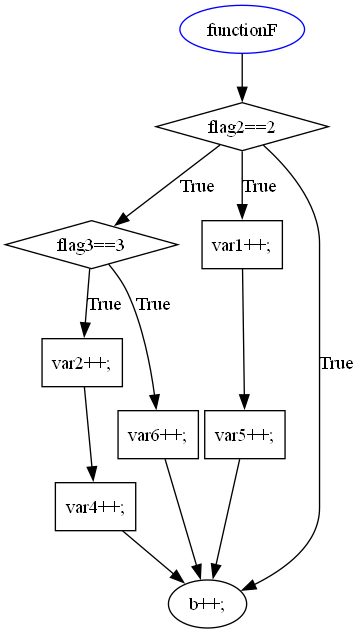
The Graphviz diagram image/flowchart_image/functionF.png in hyu7000/GenFlowChart, before a commit. Its source is kept beside it as image/flowchart_image/functionF.dot.
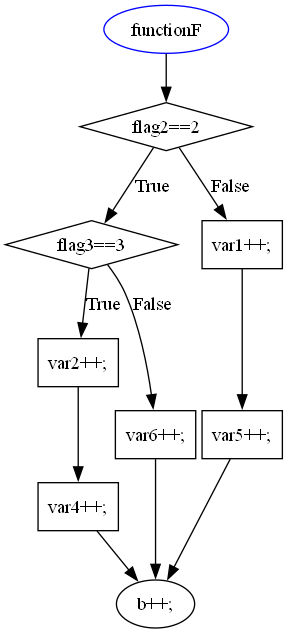
Above is the later version.

Diff of the diagram source:
```diff
@@ -10,13 +10,12 @@
 "var4++;__0" [label="var4++;", shape=rectangle];
 "var2++;__0" -> "var4++;__0"  [label=""];
 "var6++;__0" [label="var6++;", shape=rectangle];
-"flag3==3__0" -> "var6++;__0"  [label=True];
+"flag3==3__0" -> "var6++;__0"  [label=False];
 "var1++;__0" [label="var1++;", shape=rectangle];
-"flag2==2__0" -> "var1++;__0"  [label=True];
+"flag2==2__0" -> "var1++;__0"  [label=False];
 "var5++;__0" [label="var5++;", shape=rectangle];
 "var1++;__0" -> "var5++;__0"  [label=""];
 "b++;__0" [label="b++;", shape=rectangle];
-"flag2==2__0" -> "b++;__0"  [label=True];
 "var6++;__0" -> "b++;__0"  [label=""];
 "var5++;__0" -> "b++;__0"  [label=""];
 "var4++;__0" -> "b++;__0"  [label=""];
```
